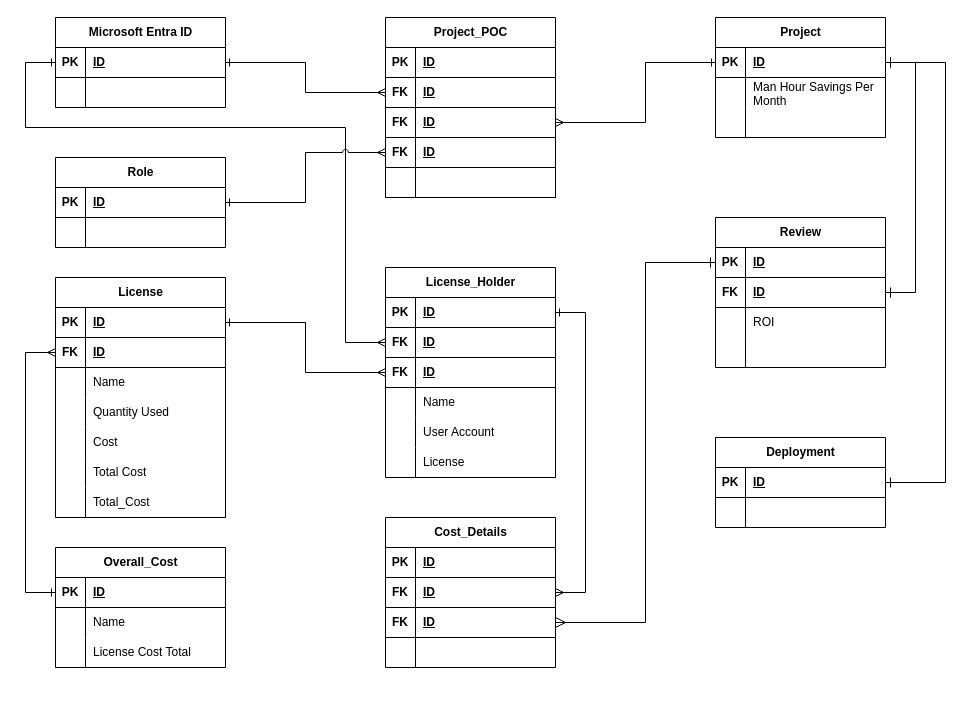
Above: erd-projint-01.drawio in josjreyes/ProjectIntake (draw.io), before the change. Source tidied: cells renumbered, new cells numbered last; positions are measured from the earlier drawing's top-left corner, leaving out a move shared by most shapes. Both pictures are drawn from the tidied source at 100%, with x=0, y=0 at pixel (25, 17).
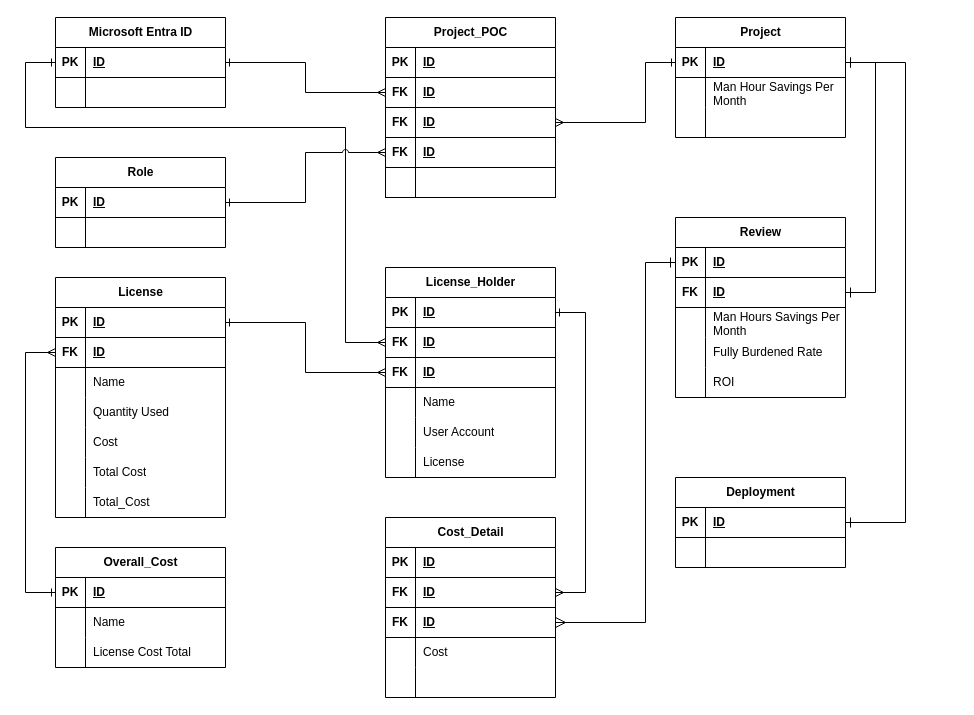
Above is the later version.

Commit message:
Added column input to the Review table

The change refers to these unchanged cells:
```xml
<mxCell id="3" style="shape=tableRow;horizontal=0;startSize=0;swimlaneHead=0;swimlaneBody=0;fillColor=none;points=[[0,0.5],[1,0.5]];portConstraint=eastwest;top=0;left=0;right=0;bottom=1;" parent="2" vertex="1">
  <mxGeometry y="30" width="170" height="30" as="geometry" />
</mxCell>
<mxCell id="44" style="shape=tableRow;horizontal=0;startSize=0;swimlaneHead=0;swimlaneBody=0;fillColor=none;top=0;left=0;right=0;bottom=0;" parent="34" vertex="1">
  <mxGeometry y="120" width="170" height="30" as="geometry" />
</mxCell>
<mxCell id="55" style="shape=tableRow;horizontal=0;startSize=0;swimlaneHead=0;swimlaneBody=0;fillColor=none;points=[[0,0.5],[1,0.5]];portConstraint=eastwest;top=0;left=0;right=0;bottom=1;" parent="54" vertex="1">
  <mxGeometry y="30" width="170" height="30" as="geometry" />
</mxCell>
<mxCell id="67" style="shape=tableRow;horizontal=0;startSize=0;swimlaneHead=0;swimlaneBody=0;fillColor=none;points=[[0,0.5],[1,0.5]];portConstraint=eastwest;top=0;left=0;right=0;bottom=1;" parent="63" vertex="1">
  <mxGeometry y="60" width="170" height="30" as="geometry" />
</mxCell>
```

The edit, as a diff of the source:
```diff
@@
     <mxCell id="2" value="Project" style="shape=table;startSize=30;childLayout=tableLayout;rowLines=0;fontStyle=1;align=center;html=1;" parent="1" vertex="1">
-      <mxGeometry x="690" width="170" height="120" as="geometry" />
+      <mxGeometry x="650" width="170" height="120" as="geometry" />
     </mxCell>
@@
-    <mxCell id="34" value="Cost_Details" style="shape=table;startSize=30;childLayout=tableLayout;rowLines=0;fontStyle=1;align=center;html=1;" parent="1" vertex="1">
-      <mxGeometry x="360" y="500" width="170" height="150" as="geometry" />
+    <mxCell id="34" value="Cost_Detail" style="shape=table;startSize=30;childLayout=tableLayout;rowLines=0;fontStyle=1;align=center;html=1;" parent="1" vertex="1">
+      <mxGeometry x="360" y="500" width="170" height="180" as="geometry" />
     </mxCell>
@@
-    <mxCell id="46" style="shape=partialRectangle;fillColor=none;top=0;left=0;bottom=0;right=0;align=left;spacingLeft=6;overflow=hidden;whiteSpace=wrap;html=1;" parent="44" vertex="1">
+    <mxCell id="46" value="Cost" style="shape=partialRectangle;fillColor=none;top=0;left=0;bottom=0;right=0;align=left;spacingLeft=6;overflow=hidden;whiteSpace=wrap;html=1;" parent="44" vertex="1">
       <mxGeometry x="30" width="140" height="30" as="geometry" />
     </mxCell>
+    <mxCell id="136" style="shape=tableRow;horizontal=0;startSize=0;swimlaneHead=0;swimlaneBody=0;fillColor=none;top=0;left=0;right=0;bottom=0;" parent="34" vertex="1">
+      <mxGeometry y="150" width="170" height="30" as="geometry" />
+    </mxCell>
+    <mxCell id="137" style="shape=partialRectangle;fillColor=none;top=0;left=0;bottom=0;right=0;overflow=hidden;whiteSpace=wrap;html=1;" parent="136" vertex="1">
+      <mxGeometry width="30" height="30" as="geometry" />
+    </mxCell>
+    <mxCell id="138" style="shape=partialRectangle;fillColor=none;top=0;left=0;bottom=0;right=0;align=left;spacingLeft=6;overflow=hidden;whiteSpace=wrap;html=1;" parent="136" vertex="1">
+      <mxGeometry x="30" width="140" height="30" as="geometry" />
+    </mxCell>
@@
     <mxCell id="54" value="Deployment" style="shape=table;startSize=30;childLayout=tableLayout;rowLines=0;fontStyle=1;align=center;html=1;" parent="1" vertex="1">
-      <mxGeometry x="690" y="420" width="170" height="90" as="geometry" />
+      <mxGeometry x="650" y="460" width="170" height="90" as="geometry" />
     </mxCell>
@@
     <mxCell id="63" value="Review" style="shape=table;startSize=30;childLayout=tableLayout;rowLines=0;fontStyle=1;align=center;html=1;" parent="1" vertex="1">
-      <mxGeometry x="690" y="200" width="170" height="150" as="geometry" />
+      <mxGeometry x="650" y="200" width="170" height="180" as="geometry" />
     </mxCell>
@@
+    <mxCell id="139" style="shape=tableRow;horizontal=0;startSize=0;swimlaneHead=0;swimlaneBody=0;fillColor=none;top=0;left=0;right=0;bottom=0;" parent="63" vertex="1">
+      <mxGeometry y="90" width="170" height="30" as="geometry" />
+    </mxCell>
+    <mxCell id="140" style="shape=partialRectangle;fillColor=none;top=0;left=0;bottom=0;right=0;overflow=hidden;whiteSpace=wrap;html=1;" parent="139" vertex="1">
+      <mxGeometry width="30" height="30" as="geometry" />
+    </mxCell>
+    <mxCell id="141" value="Man Hours Savings Per Month" style="shape=partialRectangle;fillColor=none;top=0;left=0;bottom=0;right=0;align=left;spacingLeft=6;overflow=hidden;whiteSpace=wrap;html=1;" parent="139" vertex="1">
+      <mxGeometry x="30" width="140" height="30" as="geometry" />
+    </mxCell>
     <mxCell id="70" style="shape=tableRow;horizontal=0;startSize=0;swimlaneHead=0;swimlaneBody=0;fillColor=none;top=0;left=0;right=0;bottom=0;" parent="63" vertex="1">
-      <mxGeometry y="90" width="170" height="30" as="geometry" />
+      <mxGeometry y="120" width="170" height="30" as="geometry" />
     </mxCell>
@@
-    <mxCell id="72" value="ROI" style="shape=partialRectangle;fillColor=none;top=0;left=0;bottom=0;right=0;align=left;spacingLeft=6;overflow=hidden;whiteSpace=wrap;html=1;" parent="70" vertex="1">
+    <mxCell id="72" value="Fully Burdened Rate" style="shape=partialRectangle;fillColor=none;top=0;left=0;bottom=0;right=0;align=left;spacingLeft=6;overflow=hidden;whiteSpace=wrap;html=1;" parent="70" vertex="1">
       <mxGeometry x="30" width="140" height="30" as="geometry" />
     </mxCell>
     <mxCell id="73" style="shape=tableRow;horizontal=0;startSize=0;swimlaneHead=0;swimlaneBody=0;fillColor=none;top=0;left=0;right=0;bottom=0;" parent="63" vertex="1">
-      <mxGeometry y="120" width="170" height="30" as="geometry" />
+      <mxGeometry y="150" width="170" height="30" as="geometry" />
     </mxCell>
@@
-    <mxCell id="75" style="shape=partialRectangle;fillColor=none;top=0;left=0;bottom=0;right=0;align=left;spacingLeft=6;overflow=hidden;whiteSpace=wrap;html=1;" parent="73" vertex="1">
+    <mxCell id="75" value="ROI" style="shape=partialRectangle;fillColor=none;top=0;left=0;bottom=0;right=0;align=left;spacingLeft=6;overflow=hidden;whiteSpace=wrap;html=1;" parent="73" vertex="1">
       <mxGeometry x="30" width="140" height="30" as="geometry" />
     </mxCell>
@@
     <mxCell id="97" style="edgeStyle=orthogonalEdgeStyle;rounded=0;jettySize=auto;html=1;fontSize=12;startSize=8;endSize=8;entryX=1;entryY=0.5;entryDx=0;entryDy=0;startArrow=ERone;startFill=0;endArrow=ERone;endFill=0;exitX=1;exitY=0.5;exitDx=0;exitDy=0;" parent="1" edge="1" source="3" target="55">
       <mxGeometry relative="1" as="geometry">
         <Array as="points">
-          <mxPoint x="920" y="45" />
-          <mxPoint x="920" y="465" />
+          <mxPoint x="880" y="45" />
+          <mxPoint x="880" y="505" />
         </Array>
       </mxGeometry>
     </mxCell>
@@
     <mxCell id="124" style="edgeStyle=orthogonalEdgeStyle;rounded=0;jettySize=auto;html=1;fontSize=12;startSize=8;endSize=8;entryX=1;entryY=0.5;entryDx=0;entryDy=0;exitX=1;exitY=0.5;exitDx=0;exitDy=0;startArrow=ERone;startFill=0;endArrow=ERone;endFill=0;jumpStyle=arc;" parent="1" edge="1" source="3" target="67">
       <mxGeometry relative="1" as="geometry">
         <Array as="points">
-          <mxPoint x="890" y="45" />
-          <mxPoint x="890" y="275" />
+          <mxPoint x="850" y="45" />
+          <mxPoint x="850" y="275" />
         </Array>
       </mxGeometry>
     </mxCell>
```
